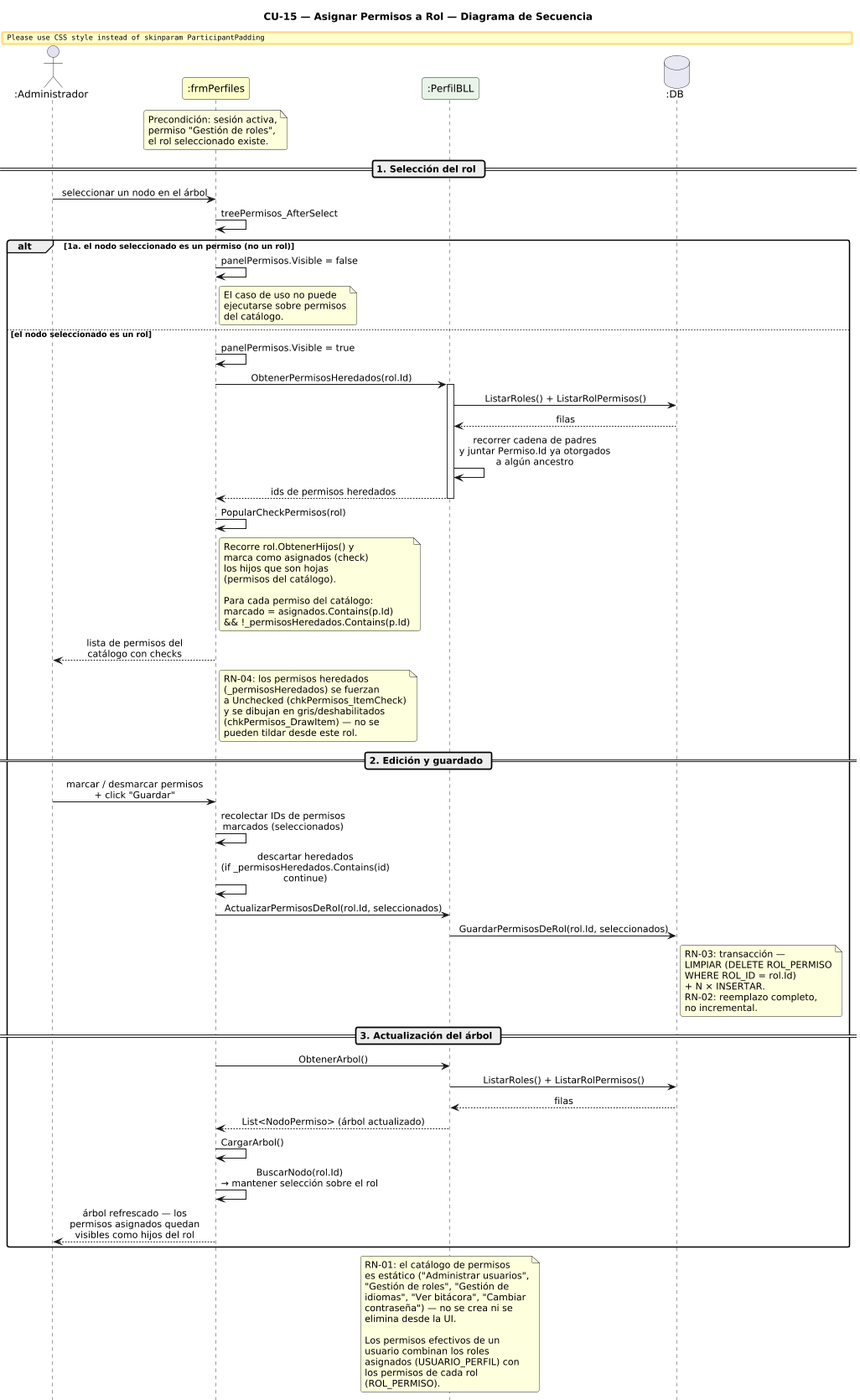
The PlantUML diagram DIAGRAMAS/DiagramaSecuencia_CU15_AsignarPermisosRol.png in Urrels/ingenieria_software, before a commit.
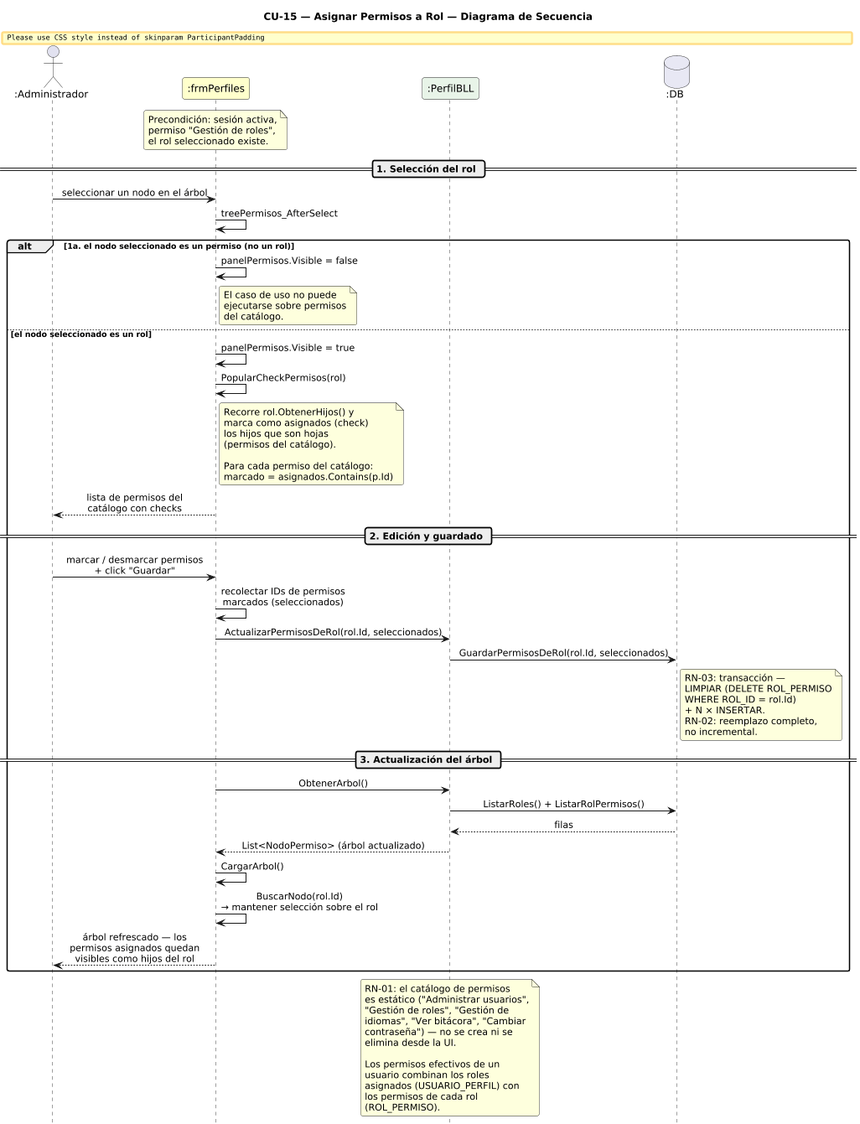
The same diagram one commit later.

Commit message:
docs: actualiza diagramas y CLAUDE.md tras eliminar herencia de permisos

What changed in the source:
```diff
@@ -36,13 +36,6 @@
 
 else el nodo seleccionado es un rol
   FP -> FP : panelPermisos.Visible = true
-  FP -> PB : ObtenerPermisosHeredados(rol.Id)
-  activate PB
-  PB -> DB : ListarRoles() + ListarRolPermisos()
-  DB --> PB : filas
-  PB -> PB : recorrer cadena de padres\ny juntar Permiso.Id ya otorgados\na algún ancestro
-  PB --> FP : ids de permisos heredados
-  deactivate PB
   FP -> FP : PopularCheckPermisos(rol)
   note right of FP
     Recorre rol.ObtenerHijos() y
@@ -52,25 +45,14 @@
 
     Para cada permiso del catálogo:
     marcado = asignados.Contains(p.Id)
-    && !_permisosHeredados.Contains(p.Id)
   end note
   FP --> A : lista de permisos del\ncatálogo con checks
-
-  note right of FP
-    RN-04: los permisos heredados
-    (_permisosHeredados) se fuerzan
-    a Unchecked (chkPermisos_ItemCheck)
-    y se dibujan en gris/deshabilitados
-    (chkPermisos_DrawItem) — no se
-    pueden tildar desde este rol.
-  end note
 
   == 2. Edición y guardado ==
 
   A -> FP : marcar / desmarcar permisos\n+ click "Guardar"
 
   FP -> FP : recolectar IDs de permisos\nmarcados (seleccionados)
-  FP -> FP : descartar heredados\n(if _permisosHeredados.Contains(id)\ncontinue)
   FP -> PB : ActualizarPermisosDeRol(rol.Id, seleccionados)
   PB -> DB : GuardarPermisosDeRol(rol.Id, seleccionados)
   note right of DB
```
